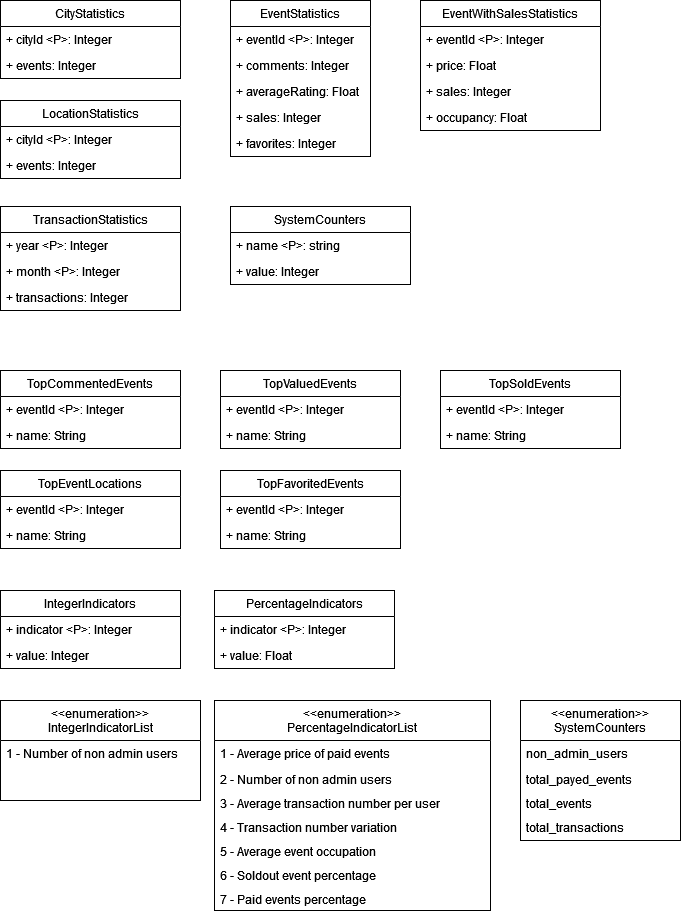
Before: diagrams/conceptual-diagram-statistics.drawio.png, a diagram exported from draw.io (danielpilot/event-database). Source tidied: cells renumbered, new cells last; positions are measured from the earlier drawing's top-left corner, leaving out a move shared by most shapes.
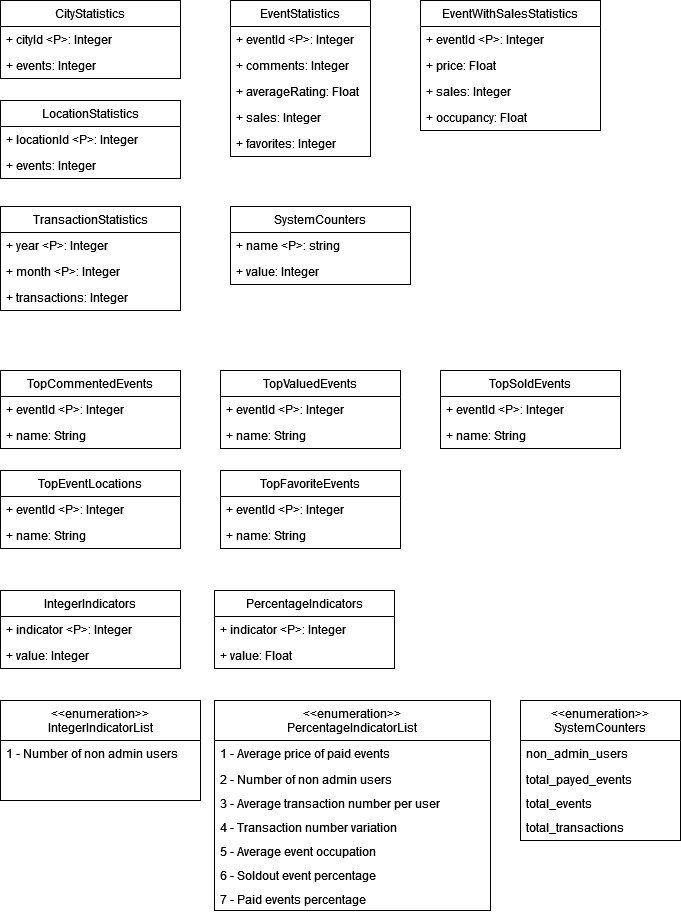
After the commit.

What changed in the source:
```diff
@@ -47,7 +47,7 @@
     <mxCell id="16" value="LocationStatistics" style="swimlane;fontStyle=0;horizontal=1;startSize=26;fillColor=none;whiteSpace=wrap;html=1;" parent="1" vertex="1">
       <mxGeometry y="100" width="180" height="78" as="geometry" />
     </mxCell>
-    <mxCell id="17" value="+ cityId &amp;lt;P&amp;gt;: Integer" style="text;strokeColor=none;fillColor=none;align=left;verticalAlign=top;spacingLeft=4;spacingRight=4;overflow=hidden;whiteSpace=wrap;html=1;" parent="16" vertex="1">
+    <mxCell id="17" value="+ locationId &amp;lt;P&amp;gt;: Integer" style="text;strokeColor=none;fillColor=none;align=left;verticalAlign=top;spacingLeft=4;spacingRight=4;overflow=hidden;whiteSpace=wrap;html=1;" parent="16" vertex="1">
       <mxGeometry y="26" width="180" height="26" as="geometry" />
     </mxCell>
     <mxCell id="18" value="+ events: Integer" style="text;strokeColor=none;fillColor=none;align=left;verticalAlign=top;spacingLeft=4;spacingRight=4;overflow=hidden;whiteSpace=wrap;html=1;" parent="16" vertex="1">
@@ -110,7 +110,7 @@
     <mxCell id="37" value="+ name: String" style="text;strokeColor=none;fillColor=none;align=left;verticalAlign=top;spacingLeft=4;spacingRight=4;overflow=hidden;whiteSpace=wrap;html=1;" parent="35" vertex="1">
       <mxGeometry y="52" width="180" height="26" as="geometry" />
     </mxCell>
-    <mxCell id="38" value="TopFavoritedEvents" style="swimlane;fontStyle=0;horizontal=1;startSize=26;fillColor=none;whiteSpace=wrap;html=1;" parent="1" vertex="1">
+    <mxCell id="38" value="TopFavoriteEvents" style="swimlane;fontStyle=0;horizontal=1;startSize=26;fillColor=none;whiteSpace=wrap;html=1;" parent="1" vertex="1">
       <mxGeometry x="220" y="470" width="180" height="78" as="geometry" />
     </mxCell>
     <mxCell id="39" value="+ eventId  &amp;lt;P&amp;gt;: Integer" style="text;strokeColor=none;fillColor=none;align=left;verticalAlign=top;spacingLeft=4;spacingRight=4;overflow=hidden;whiteSpace=wrap;html=1;" parent="38" vertex="1">
```
